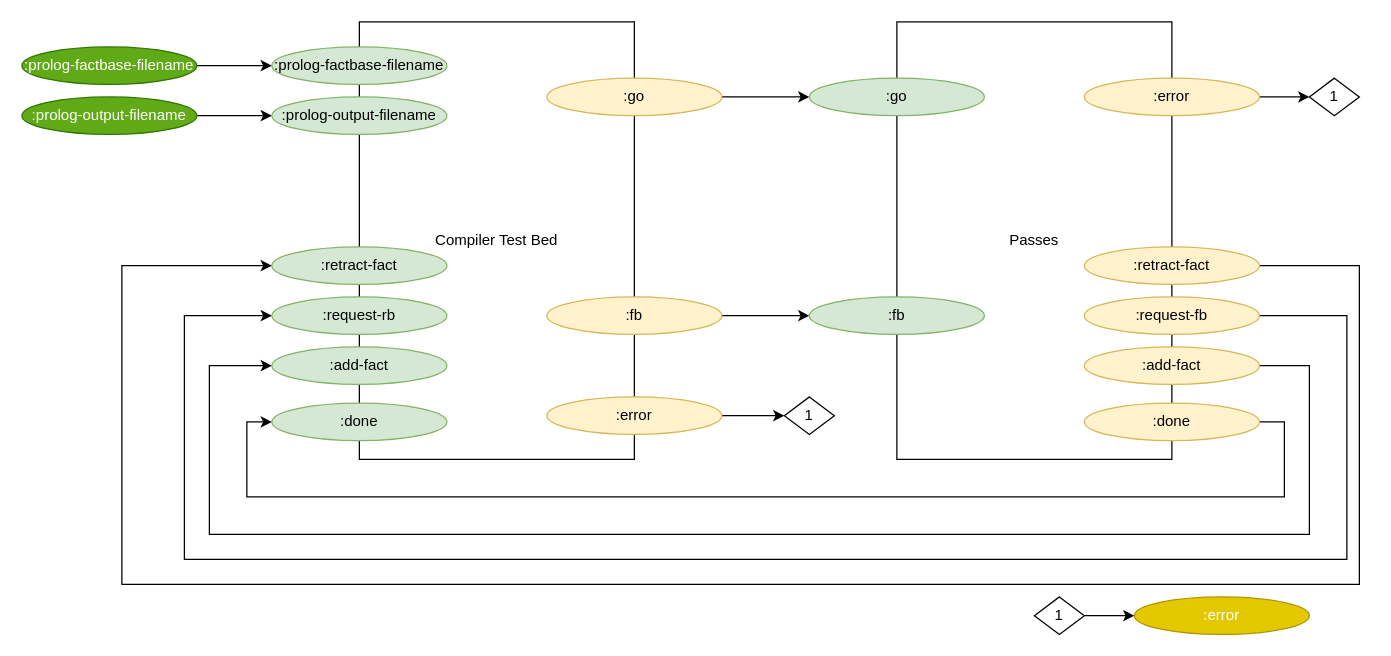
Before: page "Compiler Internal" (2 of 10) of svg/cl-compiler/doc/compiler-test-bed.drawio in bmfbp/bmfbp, a draw.io diagram. Source tidied: cells renumbered, new cells numbered last; positions are measured from the earlier drawing's top-left corner, leaving out a move shared by most shapes. Both pictures are drawn from the tidied source at 125%, with x=0, y=0 at pixel (21, 21).
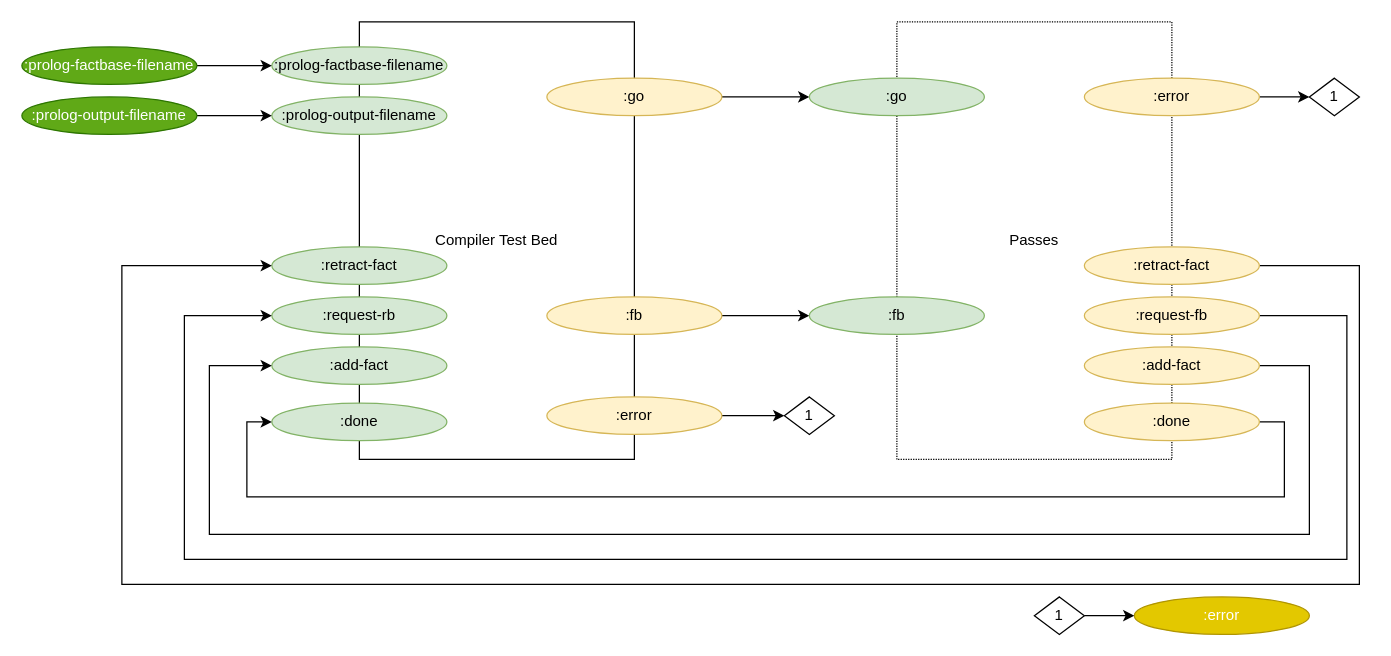
The same page after the edit.

The edit, as a diff of the source:
```diff
@@
-    <mxCell id="17" value="Passes" style="rounded=0;whiteSpace=wrap;html=1;" parent="1" vertex="1">
+    <mxCell id="17" value="Passes" style="rounded=0;whiteSpace=wrap;html=1;dashed=1;dashPattern=1 1;" parent="1" vertex="1">
       <mxGeometry x="700" width="220" height="350" as="geometry" />
     </mxCell>
```
